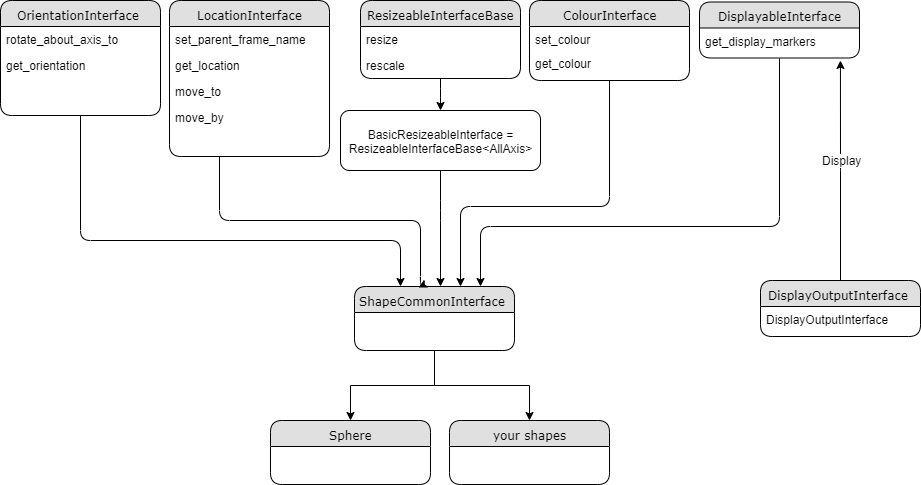
Earlier version of the draw.io export inheritance_diagram.png (AnonymousAlligator/MTRN2500Ass3). Source tidied: cells renumbered, new cells last; positions are measured from the earlier drawing's top-left corner, leaving out a move shared by most shapes.
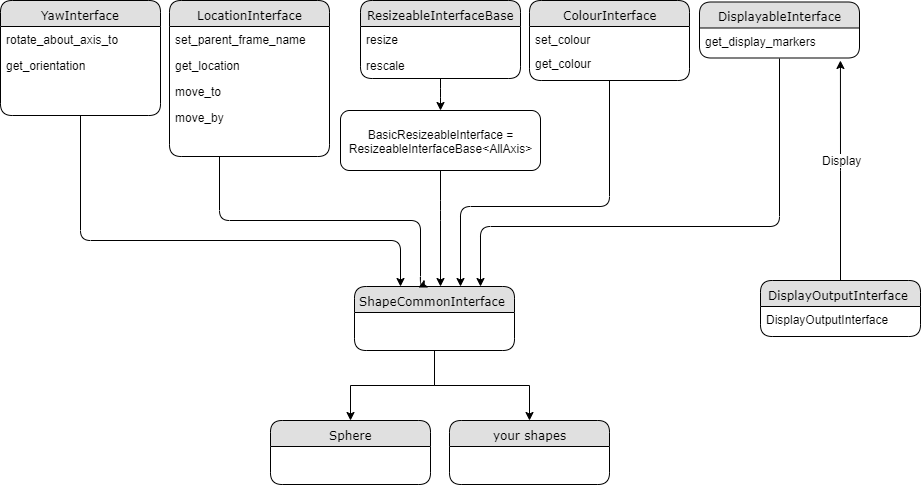
Later version of the same file.

Commit message:
Bugfix: inheritance diagram

Rename OrientationInterface to YawInterface

Change to the diagram source:
```diff
@@ -56,7 +56,7 @@
         </Array>
       </mxGeometry>
     </mxCell>
-    <mxCell id="16" value="OrientationInterface&amp;nbsp;" style="swimlane;html=1;fontStyle=0;horizontal=1;startSize=26;fillColor=#e0e0e0;swimlaneFillColor=#ffffff;align=center;rounded=1;shadow=0;comic=0;labelBackgroundColor=none;strokeWidth=1;fontFamily=Verdana;fontSize=12;" parent="1" vertex="1">
+    <mxCell id="16" value="YawInterface" style="swimlane;html=1;fontStyle=0;horizontal=1;startSize=26;fillColor=#e0e0e0;swimlaneFillColor=#ffffff;align=center;rounded=1;shadow=0;comic=0;labelBackgroundColor=none;strokeWidth=1;fontFamily=Verdana;fontSize=12;" parent="1" vertex="1">
       <mxGeometry width="160" height="115" as="geometry" />
     </mxCell>
     <mxCell id="17" value="rotate_about_axis_to" style="text;html=1;strokeColor=none;fillColor=none;spacingLeft=4;spacingRight=4;whiteSpace=wrap;overflow=hidden;" parent="16" vertex="1">
```
